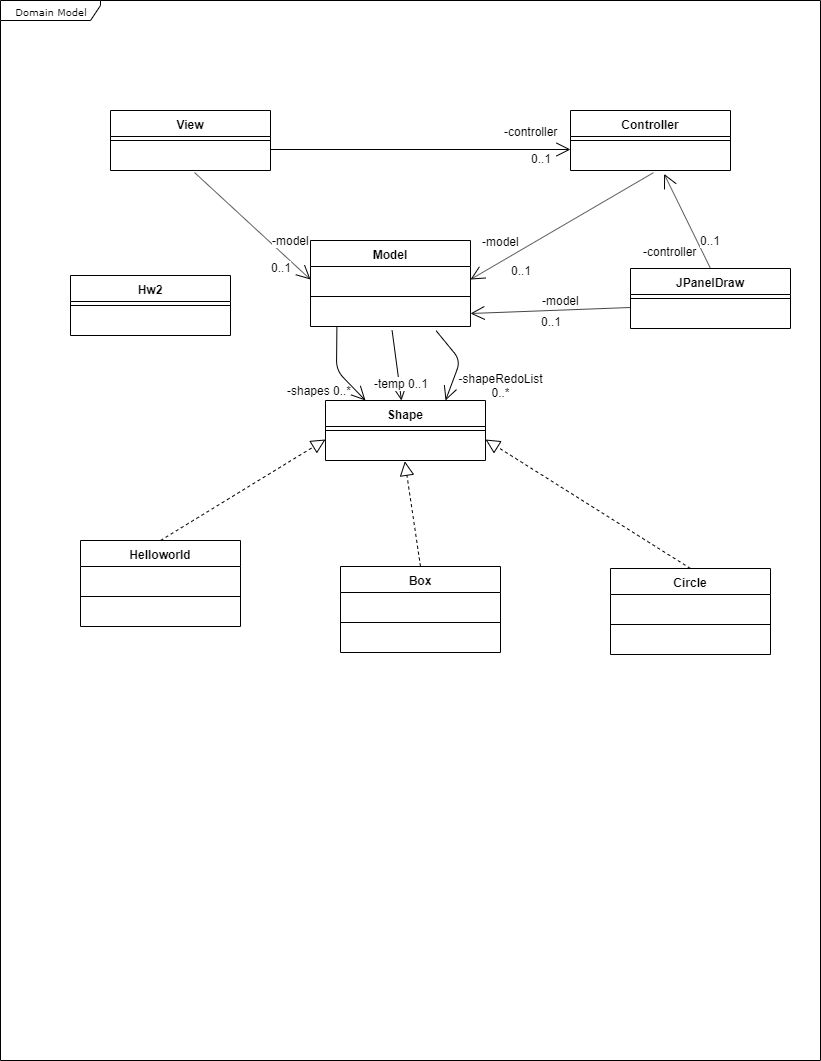
Before: Homework/Homework 2/Andrew_Duong_2/hw2_domain_model.png, a diagram exported from draw.io (andrewduong77/cse4361). Source tidied: cells renumbered, new cells last; positions are measured from the earlier drawing's top-left corner, leaving out a move shared by most shapes.
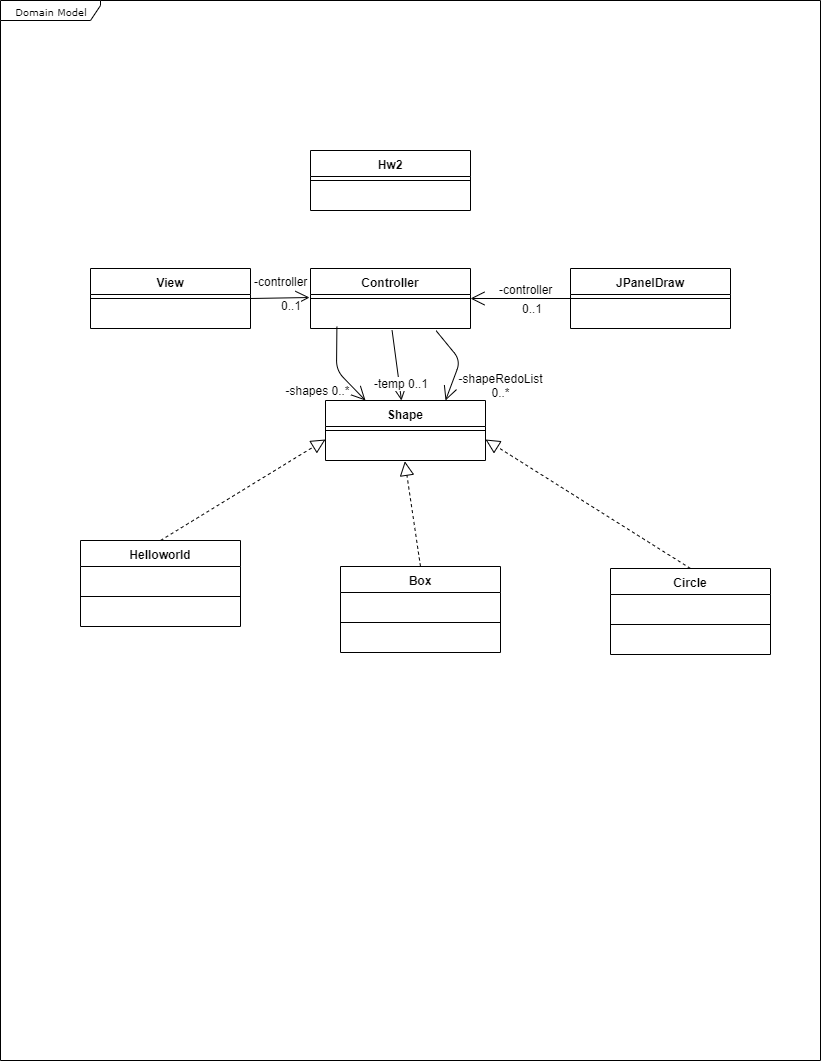
After the change.

What changed in the source:
```diff
@@ -6,7 +6,7 @@
       <mxGeometry width="820" height="1060" as="geometry" />
     </mxCell>
     <mxCell id="3" value="View" style="swimlane;fontStyle=1;align=center;verticalAlign=top;horizontal=1;startSize=26;" parent="1" vertex="1">
-      <mxGeometry x="110" y="110" width="160" height="60" as="geometry" />
+      <mxGeometry x="90" y="268" width="160" height="60" as="geometry" />
     </mxCell>
     <mxCell id="4" style="line;strokeWidth=1;fillColor=none;align=left;verticalAlign=middle;spacingTop=-1;spacingLeft=3;spacingRight=3;labelPosition=right;" parent="3" vertex="1">
       <mxGeometry y="26" width="160" height="8" as="geometry" />
@@ -15,7 +15,7 @@
       <mxGeometry y="34" width="160" height="26" as="geometry" />
     </mxCell>
     <mxCell id="6" value="Controller" style="swimlane;fontStyle=1;align=center;verticalAlign=top;horizontal=1;startSize=26;" parent="1" vertex="1">
-      <mxGeometry x="570" y="110" width="160" height="60" as="geometry" />
+      <mxGeometry x="310" y="268" width="160" height="60" as="geometry" />
     </mxCell>
     <mxCell id="7" style="line;strokeWidth=1;fillColor=none;align=left;verticalAlign=middle;spacingTop=-1;spacingLeft=3;spacingRight=3;labelPosition=right;" parent="6" vertex="1">
       <mxGeometry y="26" width="160" height="8" as="geometry" />
@@ -23,20 +23,8 @@
     <mxCell id="8" value=" " style="text;strokeColor=none;fillColor=none;align=left;verticalAlign=top;spacingLeft=4;spacingRight=4;overflow=hidden;points=[[0,0.5],[1,0.5]];portConstraint=eastwest;" parent="6" vertex="1">
       <mxGeometry y="34" width="160" height="26" as="geometry" />
     </mxCell>
-    <mxCell id="9" value="Model" style="swimlane;fontStyle=1;align=center;verticalAlign=top;horizontal=1;startSize=26;" parent="1" vertex="1">
-      <mxGeometry x="310" y="240" width="160" height="86" as="geometry" />
-    </mxCell>
-    <mxCell id="10" value=" " style="text;strokeColor=none;fillColor=none;align=left;verticalAlign=top;spacingLeft=4;spacingRight=4;overflow=hidden;points=[[0,0.5],[1,0.5]];portConstraint=eastwest;" parent="9" vertex="1">
-      <mxGeometry y="26" width="160" height="26" as="geometry" />
-    </mxCell>
-    <mxCell id="11" style="line;strokeWidth=1;fillColor=none;align=left;verticalAlign=middle;spacingTop=-1;spacingLeft=3;spacingRight=3;labelPosition=right;" parent="9" vertex="1">
-      <mxGeometry y="52" width="160" height="8" as="geometry" />
-    </mxCell>
-    <mxCell id="12" value=" " style="text;strokeColor=none;fillColor=none;align=left;verticalAlign=top;spacingLeft=4;spacingRight=4;overflow=hidden;points=[[0,0.5],[1,0.5]];portConstraint=eastwest;" parent="9" vertex="1">
-      <mxGeometry y="60" width="160" height="26" as="geometry" />
-    </mxCell>
     <mxCell id="13" value="JPanelDraw" style="swimlane;fontStyle=1;align=center;verticalAlign=top;horizontal=1;startSize=26;" parent="1" vertex="1">
-      <mxGeometry x="630" y="268" width="160" height="60" as="geometry" />
+      <mxGeometry x="570" y="268" width="160" height="60" as="geometry" />
     </mxCell>
     <mxCell id="14" style="line;strokeWidth=1;fillColor=none;align=left;verticalAlign=middle;spacingTop=-1;spacingLeft=3;spacingRight=3;labelPosition=right;" parent="13" vertex="1">
       <mxGeometry y="26" width="160" height="8" as="geometry" />
@@ -45,7 +33,7 @@
       <mxGeometry y="34" width="160" height="26" as="geometry" />
     </mxCell>
     <mxCell id="16" value="Hw2" style="swimlane;fontStyle=1;align=center;verticalAlign=top;horizontal=1;startSize=26;" parent="1" vertex="1">
-      <mxGeometry x="70" y="275" width="160" height="60" as="geometry" />
+      <mxGeometry x="310" y="150" width="160" height="60" as="geometry" />
     </mxCell>
     <mxCell id="17" style="line;strokeWidth=1;fillColor=none;align=left;verticalAlign=middle;spacingTop=-1;spacingLeft=3;spacingRight=3;labelPosition=right;" parent="16" vertex="1">
       <mxGeometry y="26" width="160" height="8" as="geometry" />
@@ -104,23 +92,7 @@
     <mxCell id="34" value=" " style="text;strokeColor=none;fillColor=none;align=left;verticalAlign=top;spacingLeft=4;spacingRight=4;overflow=hidden;" parent="31" vertex="1">
       <mxGeometry y="60" width="160" height="26" as="geometry" />
     </mxCell>
-    <mxCell id="35" style="endArrow=open;endFill=1;endSize=12;html=1;exitX=1;exitY=0.5;exitDx=0;exitDy=0;entryX=0;entryY=0.5;entryDx=0;entryDy=0;" parent="1" edge="1">
-      <mxGeometry relative="1" as="geometry">
-        <mxPoint x="270" y="149" as="sourcePoint" />
-        <mxPoint x="570" y="149" as="targetPoint" />
-      </mxGeometry>
-    </mxCell>
-    <mxCell id="36" value="0..1" style="text;html=1;align=center;verticalAlign=middle;labelBackgroundColor=#ffffff;direction=south;" parent="35" vertex="1">
-      <mxGeometry x="0.78" y="-1" relative="1" as="geometry">
-        <mxPoint x="4" y="7" as="offset" />
-      </mxGeometry>
-    </mxCell>
-    <mxCell id="37" value="-controller" style="text;html=1;align=center;verticalAlign=middle;labelBackgroundColor=#ffffff;" parent="35" vertex="1">
-      <mxGeometry x="0.66" relative="1" as="geometry">
-        <mxPoint x="12" y="-19" as="offset" />
-      </mxGeometry>
-    </mxCell>
-    <mxCell id="38" style="endArrow=open;endFill=1;endSize=12;html=1;exitX=0.525;exitY=1.077;exitDx=0;exitDy=0;exitPerimeter=0;entryX=0;entryY=0.5;entryDx=0;entryDy=0;" parent="1" edge="1" source="5" target="10">
+    <mxCell id="38" style="endArrow=open;endFill=1;endSize=12;html=1;exitX=1;exitY=0.5;exitDx=0;exitDy=0;entryX=-0.006;entryY=-0.192;entryDx=0;entryDy=0;entryPerimeter=0;" parent="1" edge="1" source="3" target="8">
       <mxGeometry relative="1" as="geometry" />
     </mxCell>
     <mxCell id="39" value="0..1" style="text;html=1;align=center;verticalAlign=middle;labelBackgroundColor=#ffffff;" parent="38" vertex="1">
@@ -128,30 +100,15 @@
         <mxPoint x="-8" y="6" as="offset" />
       </mxGeometry>
     </mxCell>
-    <mxCell id="40" value="-model" style="text;html=1;align=center;verticalAlign=middle;labelBackgroundColor=#ffffff;" parent="38" vertex="1">
+    <mxCell id="40" value="-controller" style="text;html=1;align=center;verticalAlign=middle;labelBackgroundColor=#ffffff;" parent="38" vertex="1">
       <mxGeometry x="0.52" relative="1" as="geometry">
-        <mxPoint x="8" y="-13.5" as="offset" />
+        <mxPoint x="-15" y="-17" as="offset" />
       </mxGeometry>
     </mxCell>
-    <mxCell id="41" style="endArrow=open;endFill=1;endSize=12;html=1;exitX=0.518;exitY=1.085;exitDx=0;exitDy=0;exitPerimeter=0;entryX=1;entryY=0.5;entryDx=0;entryDy=0;" parent="1" edge="1" source="8" target="10">
-      <mxGeometry relative="1" as="geometry" />
-    </mxCell>
-    <mxCell id="42" value="0..1" style="text;html=1;align=center;verticalAlign=middle;labelBackgroundColor=#ffffff;" parent="41" vertex="1">
-      <mxGeometry x="0.44" y="4" relative="1" as="geometry">
-        <mxPoint x="-3.5" y="17.5" as="offset" />
-      </mxGeometry>
-    </mxCell>
-    <mxCell id="43" value="-model" style="text;html=1;align=center;verticalAlign=middle;labelBackgroundColor=#ffffff;" parent="41" vertex="1">
-      <mxGeometry x="0.37" y="1" relative="1" as="geometry">
-        <mxPoint x="-28" y="-6" as="offset" />
-      </mxGeometry>
-    </mxCell>
-    <mxCell id="44" style="endArrow=open;endFill=1;endSize=12;html=1;exitX=0;exitY=0.5;exitDx=0;exitDy=0;entryX=1;entryY=0.5;entryDx=0;entryDy=0;" parent="1" edge="1" target="12">
-      <mxGeometry relative="1" as="geometry">
-        <mxPoint x="630" y="307" as="sourcePoint" />
-      </mxGeometry>
+    <mxCell id="44" style="endArrow=open;endFill=1;endSize=12;html=1;exitX=0;exitY=0.5;exitDx=0;exitDy=0;entryX=1;entryY=0.5;entryDx=0;entryDy=0;" parent="1" edge="1" source="13" target="6">
+      <mxGeometry relative="1" as="geometry" />
     </mxCell>
-    <mxCell id="45" value="-model" style="text;html=1;align=center;verticalAlign=middle;labelBackgroundColor=#ffffff;" parent="44" vertex="1">
+    <mxCell id="45" value="-controller" style="text;html=1;align=center;verticalAlign=middle;labelBackgroundColor=#ffffff;" parent="44" vertex="1">
       <mxGeometry x="-0.19" relative="1" as="geometry">
         <mxPoint x="-5" y="-9.5" as="offset" />
       </mxGeometry>
@@ -161,8 +118,10 @@
         <mxPoint x="28" y="9" as="offset" />
       </mxGeometry>
     </mxCell>
-    <mxCell id="47" style="endArrow=open;endFill=1;endSize=12;html=1;exitX=0.51;exitY=1.154;exitDx=0;exitDy=0;exitPerimeter=0;" parent="1" edge="1" source="12" target="19">
-      <mxGeometry relative="1" as="geometry" />
+    <mxCell id="47" style="endArrow=open;endFill=1;endSize=12;html=1;exitX=0.51;exitY=1.154;exitDx=0;exitDy=0;exitPerimeter=0;" parent="1" edge="1" target="19">
+      <mxGeometry relative="1" as="geometry">
+        <mxPoint x="391.6" y="330" as="sourcePoint" />
+      </mxGeometry>
     </mxCell>
     <mxCell id="48" value="-temp 0..1" style="text;html=1;align=center;verticalAlign=middle;labelBackgroundColor=#ffffff;" parent="47" vertex="1">
       <mxGeometry x="0.5" y="2" relative="1" as="geometry" />
@@ -175,28 +134,17 @@
         <mxPoint x="485" y="439" as="targetPoint" />
       </mxGeometry>
     </mxCell>
-    <mxCell id="51" style="endArrow=open;endFill=1;endSize=12;html=1;entryX=0.585;entryY=1.131;entryDx=0;entryDy=0;entryPerimeter=0;exitX=0.5;exitY=0;exitDx=0;exitDy=0;" parent="1" edge="1" source="13" target="8">
-      <mxGeometry relative="1" as="geometry" />
-    </mxCell>
-    <mxCell id="52" value="-controller" style="text;html=1;align=center;verticalAlign=middle;labelBackgroundColor=#ffffff;" parent="51" vertex="1">
-      <mxGeometry x="-0.31" y="2" relative="1" as="geometry">
-        <mxPoint x="-22.5" y="13.5" as="offset" />
-      </mxGeometry>
-    </mxCell>
-    <mxCell id="53" value="0..1" style="text;html=1;align=center;verticalAlign=middle;labelBackgroundColor=#ffffff;" parent="51" vertex="1">
-      <mxGeometry x="-0.2" y="-1" relative="1" as="geometry">
-        <mxPoint x="17.5" y="10" as="offset" />
-      </mxGeometry>
-    </mxCell>
-    <mxCell id="54" style="endArrow=open;endFill=1;endSize=12;html=1;exitX=0.165;exitY=1.008;exitDx=0;exitDy=0;exitPerimeter=0;entryX=0.25;entryY=0;entryDx=0;entryDy=0;" parent="1" edge="1" source="12" target="19">
+    <mxCell id="54" style="endArrow=open;endFill=1;endSize=12;html=1;exitX=0.165;exitY=1.008;exitDx=0;exitDy=0;exitPerimeter=0;entryX=0.25;entryY=0;entryDx=0;entryDy=0;" parent="1" edge="1" target="19">
       <mxGeometry relative="1" as="geometry">
+        <mxPoint x="336.4" y="326.2" as="sourcePoint" />
         <Array as="points">
           <mxPoint x="336" y="370" />
         </Array>
       </mxGeometry>
     </mxCell>
-    <mxCell id="55" style="endArrow=open;endFill=1;endSize=12;html=1;exitX=0.785;exitY=1.162;exitDx=0;exitDy=0;exitPerimeter=0;entryX=0.75;entryY=0;entryDx=0;entryDy=0;" parent="1" edge="1" source="12" target="19">
+    <mxCell id="55" style="endArrow=open;endFill=1;endSize=12;html=1;exitX=0.785;exitY=1.162;exitDx=0;exitDy=0;exitPerimeter=0;entryX=0.75;entryY=0;entryDx=0;entryDy=0;" parent="1" edge="1" target="19">
       <mxGeometry relative="1" as="geometry">
+        <mxPoint x="435.6" y="330.2" as="sourcePoint" />
         <Array as="points">
           <mxPoint x="460" y="360" />
         </Array>
```
